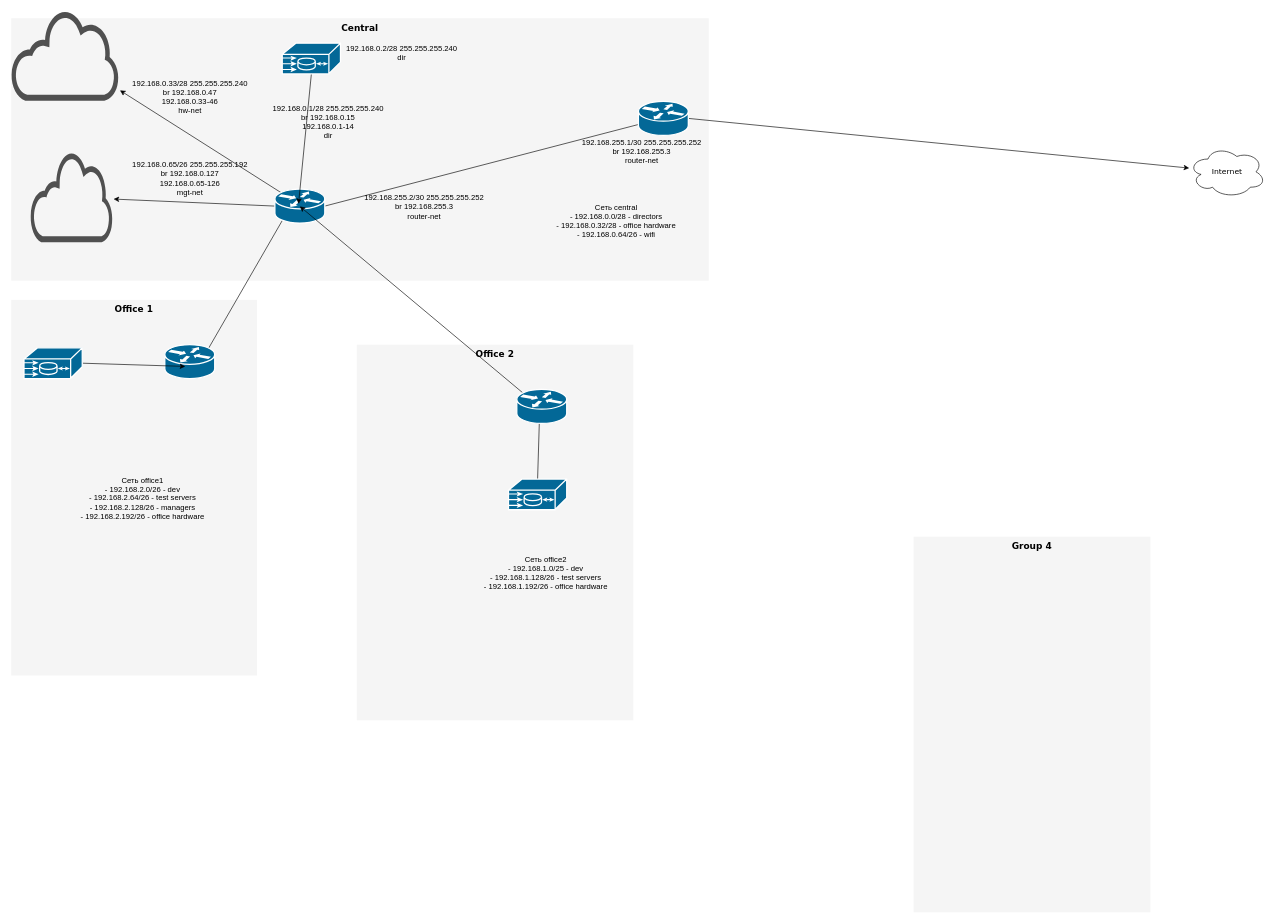
The draw.io diagram Dz19_network/Untitled Diagram.drawio in Swenum/otus, before the edit. Source tidied: cells renumbered, new cells numbered last; positions are measured from the earlier drawing's top-left corner, leaving out a move shared by most shapes. Both pictures are drawn from the tidied source at 64%, with x=0, y=0 at pixel (11, 10).
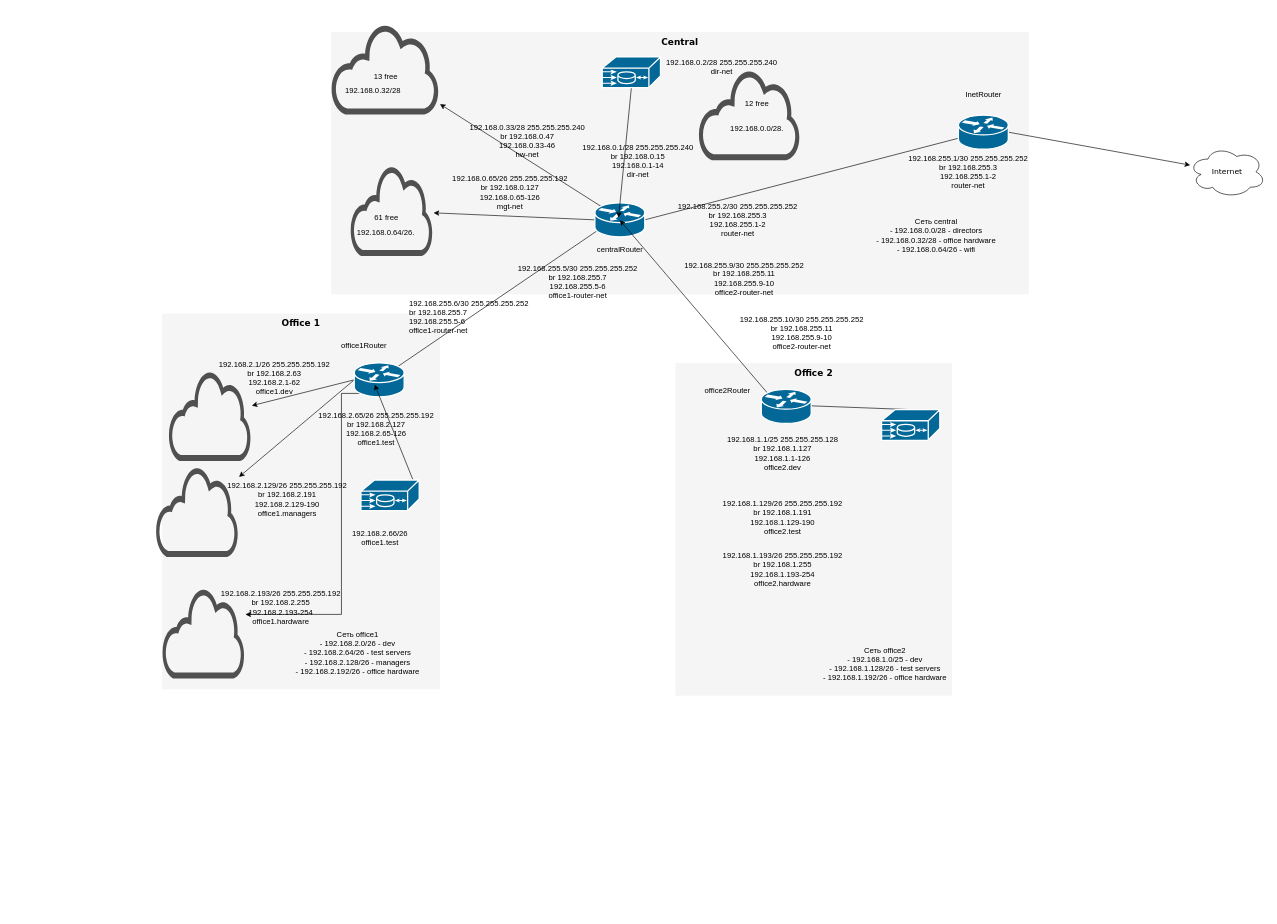
The same page after the edit.

Commit message (it also covers changes not shown here):
Dz 19 Only router setup

Diff of the diagram source:
```diff
@@
     <mxCell id="2" value="Central" style="whiteSpace=wrap;html=1;rounded=0;shadow=0;comic=0;strokeWidth=1;fontFamily=Verdana;fontSize=14;fillColor=#f5f5f5;strokeColor=none;verticalAlign=top;fontStyle=1;" parent="1" vertex="1">
-      <mxGeometry y="12" width="1090" height="410" as="geometry" />
+      <mxGeometry x="500" y="33.5" width="1090" height="410" as="geometry" />
     </mxCell>
-    <mxCell id="3" value="Group 4" style="whiteSpace=wrap;html=1;rounded=0;shadow=0;comic=0;strokeWidth=1;fontFamily=Verdana;fontSize=14;fillColor=#f5f5f5;strokeColor=none;fontStyle=1;verticalAlign=top;" parent="1" vertex="1">
-      <mxGeometry x="1410" y="822" width="370" height="587" as="geometry" />
-    </mxCell>
     <mxCell id="4" value="Office 2" style="whiteSpace=wrap;html=1;rounded=0;shadow=0;comic=0;strokeWidth=1;fontFamily=Verdana;fontSize=14;fillColor=#f5f5f5;strokeColor=none;fontStyle=1;verticalAlign=top;" parent="1" vertex="1">
-      <mxGeometry x="540" y="522" width="432" height="587" as="geometry" />
+      <mxGeometry x="1038" y="550.5" width="432" height="520" as="geometry" />
     </mxCell>
     <mxCell id="5" value="Office 1 " style="whiteSpace=wrap;html=1;rounded=0;shadow=0;comic=0;strokeWidth=1;fontFamily=Verdana;fontSize=14;fillColor=#f5f5f5;strokeColor=none;fontStyle=1;verticalAlign=top;" parent="1" vertex="1">
-      <mxGeometry y="452" width="384" height="587" as="geometry" />
+      <mxGeometry x="236" y="473.5" width="434" height="587" as="geometry" />
     </mxCell>
@@
     <mxCell id="8" style="shape=mxgraph.cisco.misc.me1100;html=1;dashed=0;fillColor=#036897;strokeColor=#ffffff;strokeWidth=2;verticalLabelPosition=bottom;verticalAlign=top;rounded=0;shadow=0;comic=0;fontFamily=Verdana;fontSize=12;" parent="1" vertex="1">
-      <mxGeometry x="777" y="732" width="91" height="48" as="geometry" />
+      <mxGeometry x="1360" y="623.5" width="91" height="48" as="geometry" />
     </mxCell>
@@
+    <mxCell id="36" style="edgeStyle=none;rounded=0;jettySize=auto;html=1;exitX=0;exitY=0.5;exitDx=0;exitDy=0;exitPerimeter=0;" parent="1" edge="1" source="10" target="60">
+      <mxGeometry relative="1" as="geometry" />
+    </mxCell>
+    <mxCell id="37" style="edgeStyle=none;rounded=0;jettySize=auto;html=1;exitX=0;exitY=0.5;exitDx=0;exitDy=0;exitPerimeter=0;" parent="1" edge="1" source="10" target="61">
+      <mxGeometry relative="1" as="geometry" />
+    </mxCell>
+    <mxCell id="38" style="edgeStyle=orthogonalEdgeStyle;rounded=0;jettySize=auto;html=1;exitX=0.12;exitY=0.9;exitDx=0;exitDy=0;exitPerimeter=0;" parent="1" edge="1" source="10" target="62">
+      <mxGeometry relative="1" as="geometry">
+        <Array as="points">
+          <mxPoint x="516" y="598.5" />
+          <mxPoint x="516" y="943.5" />
+        </Array>
+      </mxGeometry>
+    </mxCell>
     <mxCell id="10" style="shape=mxgraph.cisco.routers.router;html=1;dashed=0;fillColor=#036897;strokeColor=#ffffff;strokeWidth=2;verticalLabelPosition=bottom;verticalAlign=top;rounded=0;shadow=0;comic=0;fontFamily=Verdana;fontSize=12;" parent="1" vertex="1">
-      <mxGeometry x="240" y="522" width="78" height="53" as="geometry" />
+      <mxGeometry x="536" y="550.5" width="78" height="53" as="geometry" />
     </mxCell>
@@
     <mxCell id="14" style="shape=mxgraph.cisco.routers.router;html=1;dashed=0;fillColor=#036897;strokeColor=#ffffff;strokeWidth=2;verticalLabelPosition=bottom;verticalAlign=top;rounded=0;shadow=0;comic=0;fontFamily=Verdana;fontSize=12;" parent="1" vertex="1">
-      <mxGeometry x="412" y="279" width="78" height="53" as="geometry" />
+      <mxGeometry x="912" y="300.5" width="78" height="53" as="geometry" />
     </mxCell>
@@
     <mxCell id="16" style="shape=mxgraph.cisco.routers.router;html=1;dashed=0;fillColor=#036897;strokeColor=#ffffff;strokeWidth=2;verticalLabelPosition=bottom;verticalAlign=top;rounded=0;shadow=0;comic=0;fontFamily=Verdana;fontSize=12;" parent="1" vertex="1">
-      <mxGeometry x="980" y="142" width="78" height="53" as="geometry" />
+      <mxGeometry x="1480" y="163.5" width="78" height="53" as="geometry" />
     </mxCell>
@@
     <mxCell id="20" style="shape=mxgraph.cisco.routers.router;html=1;dashed=0;fillColor=#036897;strokeColor=#ffffff;strokeWidth=2;verticalLabelPosition=bottom;verticalAlign=top;rounded=0;shadow=0;comic=0;fontFamily=Verdana;fontSize=12;" parent="1" vertex="1">
-      <mxGeometry x="790" y="592" width="78" height="53" as="geometry" />
+      <mxGeometry x="1172" y="592" width="78" height="53" as="geometry" />
     </mxCell>
@@
     <mxCell id="22" style="shape=mxgraph.cisco.misc.me1100;html=1;dashed=0;fillColor=#036897;strokeColor=#ffffff;strokeWidth=2;verticalLabelPosition=bottom;verticalAlign=top;rounded=0;shadow=0;comic=0;fontFamily=Verdana;fontSize=12;" parent="1" vertex="1">
-      <mxGeometry x="20" y="527" width="91" height="48" as="geometry" />
+      <mxGeometry x="546.5" y="733.5" width="91" height="48" as="geometry" />
     </mxCell>
@@
     <mxCell id="24" style="shape=mxgraph.cisco.misc.me1100;html=1;dashed=0;fillColor=#036897;strokeColor=#ffffff;strokeWidth=2;verticalLabelPosition=bottom;verticalAlign=top;rounded=0;shadow=0;comic=0;fontFamily=Verdana;fontSize=12;" parent="1" vertex="1">
-      <mxGeometry x="423.5" y="51" width="91" height="48" as="geometry" />
+      <mxGeometry x="923.5" y="72.5" width="91" height="48" as="geometry" />
     </mxCell>
     <mxCell id="25" value="&lt;br&gt;Сеть central&lt;br&gt;- 192.168.0.0/28    - directors&lt;br&gt;- 192.168.0.32/28  - office hardware&lt;br&gt;- 192.168.0.64/26  - wifi" style="text;html=1;align=center;verticalAlign=middle;fillColor=none;strokeColor=none;rounded=0;" parent="1" vertex="1">
-      <mxGeometry x="840" y="282" width="210" height="80" as="geometry" />
+      <mxGeometry x="1340" y="303.5" width="210" height="80" as="geometry" />
     </mxCell>
     <mxCell id="26" value="&lt;br&gt;Сеть office2&lt;br&gt;- 192.168.1.0/25      - dev&lt;br&gt;- 192.168.1.128/26  - test servers&lt;br&gt;- 192.168.1.192/26  - office hardware" style="text;html=1;align=center;verticalAlign=middle;fillColor=none;strokeColor=none;rounded=0;" parent="1" vertex="1">
-      <mxGeometry x="730" y="832" width="210" height="80" as="geometry" />
+      <mxGeometry x="1260" y="973.5" width="210" height="80" as="geometry" />
     </mxCell>
     <mxCell id="27" value="Сеть office1&lt;br&gt;- 192.168.2.0/26      - dev&lt;br&gt;- 192.168.2.64/26    - test servers&lt;br&gt;- 192.168.2.128/26  - managers&lt;br&gt;- 192.168.2.192/26  - office hardware" style="text;html=1;align=center;verticalAlign=middle;fillColor=none;strokeColor=none;rounded=0;" parent="1" vertex="1">
-      <mxGeometry x="100" y="722" width="210" height="80" as="geometry" />
+      <mxGeometry x="436" y="963.5" width="210" height="80" as="geometry" />
     </mxCell>
-    <mxCell id="28" value="&lt;div&gt;192.168.255.1/30 255.255.255.252&lt;/div&gt;&lt;div&gt;br 192.168.255.3&lt;br&gt;&lt;/div&gt;&lt;div&gt;router-net&lt;br&gt; &lt;/div&gt;" style="text;html=1;align=center;verticalAlign=middle;fillColor=none;strokeColor=none;rounded=0;" parent="1" vertex="1">
-      <mxGeometry x="880" y="195" width="210" height="50" as="geometry" />
+    <mxCell id="28" value="&lt;div&gt;192.168.255.1/30 255.255.255.252&lt;/div&gt;&lt;div&gt;br 192.168.255.3&lt;/div&gt;&lt;div&gt;192.168.255.1-2&lt;br&gt;&lt;/div&gt;&lt;div&gt;router-net&lt;br&gt; &lt;/div&gt;" style="text;html=1;align=center;verticalAlign=middle;fillColor=none;strokeColor=none;rounded=0;" parent="1" vertex="1">
+      <mxGeometry x="1390" y="221.5" width="210" height="60" as="geometry" />
     </mxCell>
-    <mxCell id="29" value="&lt;div&gt;192.168.255.2/30 255.255.255.252&lt;/div&gt;&lt;div&gt;br 192.168.255.3&lt;br&gt;&lt;/div&gt;&lt;div&gt;router-net&lt;br&gt; &lt;/div&gt;" style="text;html=1;align=center;verticalAlign=middle;fillColor=none;strokeColor=none;rounded=0;" parent="1" vertex="1">
-      <mxGeometry x="540" y="282" width="210" height="50" as="geometry" />
+    <mxCell id="29" value="&lt;div&gt;192.168.255.2/30 255.255.255.252&lt;/div&gt;&lt;div&gt;br 192.168.255.3&lt;/div&gt;&lt;div&gt;192.168.255.1-2&lt;br&gt;&lt;/div&gt;&lt;div&gt;router-net&lt;br&gt; &lt;/div&gt;" style="text;html=1;align=center;verticalAlign=middle;fillColor=none;strokeColor=none;rounded=0;" parent="1" vertex="1">
+      <mxGeometry x="1030" y="297" width="210" height="60" as="geometry" />
     </mxCell>
-    <mxCell id="30" value="&lt;div&gt;192.168.0.1/28 255.255.255.240&lt;/div&gt;&lt;div&gt;br 192.168.0.15&lt;/div&gt;&lt;div&gt;192.168.0.1-14&lt;/div&gt;&lt;div&gt;dir&lt;br&gt;&lt;/div&gt;&lt;div&gt;&lt;br&gt; &lt;/div&gt;" style="text;html=1;align=center;verticalAlign=middle;fillColor=none;strokeColor=none;rounded=0;" parent="1" vertex="1">
-      <mxGeometry x="400" y="141" width="190" height="80" as="geometry" />
+    <mxCell id="30" value="&lt;div&gt;192.168.0.1/28 255.255.255.240&lt;/div&gt;&lt;div&gt;br 192.168.0.15&lt;/div&gt;&lt;div&gt;192.168.0.1-14&lt;/div&gt;&lt;div&gt;dir-net&lt;br&gt;&lt;/div&gt;&lt;div&gt;&lt;br&gt; &lt;/div&gt;" style="text;html=1;align=center;verticalAlign=middle;fillColor=none;strokeColor=none;rounded=0;" parent="1" vertex="1">
+      <mxGeometry x="884" y="201.5" width="190" height="80" as="geometry" />
     </mxCell>
     <mxCell id="31" value="&lt;div&gt;192.168.0.33/28 255.255.255.240&lt;/div&gt;&lt;div&gt;br 192.168.0.47&lt;/div&gt;&lt;div&gt;192.168.0.33-46&lt;br&gt;&lt;/div&gt;&lt;div&gt;hw-net&lt;br&gt; &lt;/div&gt;" style="text;html=1;align=center;verticalAlign=middle;fillColor=none;strokeColor=none;rounded=0;" parent="1" vertex="1">
-      <mxGeometry x="179" y="105" width="200" height="60" as="geometry" />
+      <mxGeometry x="706" y="173.5" width="200" height="60" as="geometry" />
     </mxCell>
-    <mxCell id="32" value="&lt;div&gt;192.168.0.2/28 255.255.255.240&lt;br&gt;&lt;/div&gt;&lt;div&gt;dir&lt;br&gt;&lt;/div&gt;" style="text;html=1;align=center;verticalAlign=middle;fillColor=none;strokeColor=none;rounded=0;" parent="1" vertex="1">
-      <mxGeometry x="514.5" y="51" width="190" height="30" as="geometry" />
+    <mxCell id="32" value="&lt;div&gt;192.168.0.2/28 255.255.255.240&lt;br&gt;&lt;/div&gt;&lt;div&gt;dir-net&lt;br&gt;&lt;/div&gt;" style="text;html=1;align=center;verticalAlign=middle;fillColor=none;strokeColor=none;rounded=0;" parent="1" vertex="1">
+      <mxGeometry x="1014.5" y="72.5" width="190" height="30" as="geometry" />
     </mxCell>
     <mxCell id="33" style="shadow=0;dashed=0;html=1;strokeColor=none;fillColor=#505050;labelPosition=center;verticalLabelPosition=bottom;outlineConnect=0;verticalAlign=top;align=center;shape=mxgraph.office.clouds.cloud;" parent="1" vertex="1">
-      <mxGeometry y="0.5" width="170" height="140.5" as="geometry" />
+      <mxGeometry x="500" y="22" width="170" height="140.5" as="geometry" />
     </mxCell>
     <mxCell id="34" style="shadow=0;dashed=0;html=1;strokeColor=none;fillColor=#505050;labelPosition=center;verticalLabelPosition=bottom;outlineConnect=0;verticalAlign=top;align=center;shape=mxgraph.office.clouds.cloud;" parent="1" vertex="1">
-      <mxGeometry x="30" y="221.5" width="130" height="140.5" as="geometry" />
+      <mxGeometry x="530" y="243" width="130" height="140.5" as="geometry" />
     </mxCell>
     <mxCell id="35" value="&lt;div&gt;192.168.0.65/26 255.255.255.192&lt;/div&gt;&lt;div&gt;br 192.168.0.127&lt;/div&gt;&lt;div&gt;192.168.0.65-126&lt;br&gt;&lt;/div&gt;&lt;div&gt;mgt-net&lt;br&gt; &lt;/div&gt;" style="text;html=1;align=center;verticalAlign=middle;fillColor=none;strokeColor=none;rounded=0;" parent="1" vertex="1">
-      <mxGeometry x="179" y="232" width="200" height="60" as="geometry" />
+      <mxGeometry x="679" y="253.5" width="200" height="60" as="geometry" />
     </mxCell>
+    <mxCell id="39" value="InetRouter" style="text;html=1;align=center;verticalAlign=middle;fillColor=none;strokeColor=none;rounded=0;" parent="1" vertex="1">
+      <mxGeometry x="1484" y="120.5" width="70" height="20" as="geometry" />
+    </mxCell>
+    <mxCell id="40" value="centralRouter" style="text;html=1;align=center;verticalAlign=middle;fillColor=none;strokeColor=none;rounded=0;" parent="1" vertex="1">
+      <mxGeometry x="906" y="363.5" width="90" height="20" as="geometry" />
+    </mxCell>
+    <mxCell id="41" value="office2Router" style="text;html=1;align=center;verticalAlign=middle;fillColor=none;strokeColor=none;rounded=0;" parent="1" vertex="1">
+      <mxGeometry x="1074" y="583.5" width="90" height="20" as="geometry" />
+    </mxCell>
+    <mxCell id="42" value="office1Router" style="text;html=1;align=center;verticalAlign=middle;fillColor=none;strokeColor=none;rounded=0;" parent="1" vertex="1">
+      <mxGeometry x="506" y="513.5" width="90" height="20" as="geometry" />
+    </mxCell>
+    <mxCell id="43" value="&lt;div&gt;192.168.255.5/30 255.255.255.252&lt;/div&gt;&lt;div&gt;br 192.168.255.7&lt;/div&gt;&lt;div&gt;192.168.255.5-6&lt;br&gt;&lt;/div&gt;&lt;div&gt;office1-router-net&lt;br&gt; &lt;/div&gt;" style="text;html=1;align=center;verticalAlign=middle;fillColor=none;strokeColor=none;rounded=0;" parent="1" vertex="1">
+      <mxGeometry x="780" y="393.5" width="210" height="60" as="geometry" />
+    </mxCell>
+    <mxCell id="44" value="&lt;div&gt;192.168.255.9/30 255.255.255.252&lt;/div&gt;&lt;div&gt;br 192.168.255.11&lt;/div&gt;&lt;div&gt;192.168.255.9-10&lt;br&gt;&lt;/div&gt;&lt;div&gt;office2-router-net&lt;br&gt; &lt;/div&gt;" style="text;html=1;align=center;verticalAlign=middle;fillColor=none;strokeColor=none;rounded=0;" parent="1" vertex="1">
+      <mxGeometry x="1040" y="388.5" width="210" height="60" as="geometry" />
+    </mxCell>
+    <mxCell id="45" value="&lt;div&gt;192.168.255.6/30 255.255.255.252&lt;/div&gt;&lt;div&gt;br 192.168.255.7&lt;/div&gt;&lt;div&gt;192.168.255.5-6&lt;br&gt;&lt;/div&gt;&lt;div&gt;office1-router-net&lt;br&gt; &lt;/div&gt;" style="text;whiteSpace=wrap;html=1;" parent="1" vertex="1">
+      <mxGeometry x="620" y="443.5" width="220" height="70" as="geometry" />
+    </mxCell>
+    <mxCell id="46" value="&lt;div&gt;192.168.255.10/30 255.255.255.252&lt;/div&gt;&lt;div&gt;br 192.168.255.11&lt;/div&gt;&lt;div&gt;192.168.255.9-10&lt;br&gt;&lt;/div&gt;&lt;div&gt;office2-router-net&lt;br&gt; &lt;/div&gt;" style="text;html=1;align=center;verticalAlign=middle;fillColor=none;strokeColor=none;rounded=0;" parent="1" vertex="1">
+      <mxGeometry x="1130" y="473.5" width="210" height="60" as="geometry" />
+    </mxCell>
+    <mxCell id="47" style="edgeStyle=orthogonalEdgeStyle;rounded=0;orthogonalLoop=1;jettySize=auto;html=1;exitX=0.5;exitY=1;exitDx=0;exitDy=0;" parent="1" edge="1" source="4" target="4">
+      <mxGeometry relative="1" as="geometry" />
+    </mxCell>
+    <mxCell id="48" value="13 free" style="text;html=1;align=center;verticalAlign=middle;fillColor=none;strokeColor=none;rounded=0;" parent="1" vertex="1">
+      <mxGeometry x="560" y="93.5" width="50" height="20" as="geometry" />
+    </mxCell>
+    <mxCell id="49" value="61 free" style="text;html=1;align=center;verticalAlign=middle;fillColor=none;strokeColor=none;rounded=0;" parent="1" vertex="1">
+      <mxGeometry x="561" y="313.5" width="50" height="20" as="geometry" />
+    </mxCell>
+    <mxCell id="50" style="shadow=0;dashed=0;html=1;strokeColor=none;fillColor=#505050;labelPosition=center;verticalLabelPosition=bottom;verticalAlign=top;align=center;shape=mxgraph.office.clouds.cloud;" parent="1" vertex="1">
+      <mxGeometry x="1074" y="93.5" width="160" height="140.5" as="geometry" />
+    </mxCell>
+    <mxCell id="51" value="12 free" style="text;html=1;align=center;verticalAlign=middle;fillColor=none;strokeColor=none;rounded=0;" parent="1" vertex="1">
+      <mxGeometry x="1140" y="136.2" width="50" height="20" as="geometry" />
+    </mxCell>
+    <mxCell id="52" value="&lt;div&gt;192.168.2.1/26 255.255.255.192&lt;/div&gt;&lt;div&gt;br 192.168.2.63&lt;/div&gt;&lt;div&gt;192.168.2.1-62&lt;br&gt;&lt;/div&gt;&lt;div&gt;office1.dev&lt;br&gt; &lt;/div&gt;" style="text;html=1;align=center;verticalAlign=middle;fillColor=none;strokeColor=none;rounded=0;" parent="1" vertex="1">
+      <mxGeometry x="316" y="543.5" width="190" height="60" as="geometry" />
+    </mxCell>
+    <mxCell id="53" value="192.168.0.64/26." style="text;html=1;align=center;verticalAlign=middle;fillColor=none;strokeColor=none;rounded=0;" parent="1" vertex="1">
+      <mxGeometry x="530" y="337" width="110" height="20" as="geometry" />
+    </mxCell>
+    <mxCell id="54" value="192.168.0.32/28" style="text;whiteSpace=wrap;html=1;" parent="1" vertex="1">
+      <mxGeometry x="520" y="110.5" width="100" height="30" as="geometry" />
+    </mxCell>
+    <mxCell id="55" value="192.168.0.0/28." style="text;html=1;align=center;verticalAlign=middle;fillColor=none;strokeColor=none;rounded=0;" parent="1" vertex="1">
+      <mxGeometry x="1115" y="173.5" width="100" height="20" as="geometry" />
+    </mxCell>
+    <mxCell id="56" value="&lt;div&gt;192.168.2.65/26 255.255.255.192&lt;/div&gt;&lt;div&gt;br 192.168.2.127&lt;/div&gt;&lt;div&gt;192.168.2.65-126&lt;br&gt;&lt;/div&gt;&lt;div&gt;office1.test&lt;br&gt; &lt;/div&gt;" style="text;html=1;align=center;verticalAlign=middle;fillColor=none;strokeColor=none;rounded=0;" parent="1" vertex="1">
+      <mxGeometry x="470" y="623.5" width="200" height="60" as="geometry" />
+    </mxCell>
+    <mxCell id="57" value="&lt;div&gt;192.168.2.129/26 255.255.255.192&lt;/div&gt;&lt;div&gt;br 192.168.2.191&lt;/div&gt;&lt;div&gt;192.168.2.129-190&lt;br&gt;&lt;/div&gt;&lt;div&gt;office1.managers&lt;br&gt; &lt;/div&gt;" style="text;html=1;align=center;verticalAlign=middle;fillColor=none;strokeColor=none;rounded=0;" parent="1" vertex="1">
+      <mxGeometry x="326" y="733.5" width="210" height="60" as="geometry" />
+    </mxCell>
+    <mxCell id="58" value="&lt;div&gt;192.168.2.66/26 &lt;br&gt;&lt;/div&gt;&lt;div&gt;office1.test&lt;br&gt; &lt;/div&gt;" style="text;html=1;align=center;verticalAlign=middle;fillColor=none;strokeColor=none;rounded=0;" parent="1" vertex="1">
+      <mxGeometry x="526" y="808.5" width="100" height="30" as="geometry" />
+    </mxCell>
+    <mxCell id="59" value="&lt;div&gt;192.168.2.193/26 255.255.255.192&lt;/div&gt;&lt;div&gt;br 192.168.2.255&lt;/div&gt;&lt;div&gt;192.168.2.193-254&lt;br&gt;&lt;/div&gt;&lt;div&gt;office1.hardware&lt;br&gt; &lt;/div&gt;" style="text;html=1;align=center;verticalAlign=middle;fillColor=none;strokeColor=none;rounded=0;" parent="1" vertex="1">
+      <mxGeometry x="316" y="903" width="210" height="60" as="geometry" />
+    </mxCell>
+    <mxCell id="60" style="shadow=0;dashed=0;html=1;strokeColor=none;fillColor=#505050;labelPosition=center;verticalLabelPosition=bottom;outlineConnect=0;verticalAlign=top;align=center;shape=mxgraph.office.clouds.cloud;" parent="1" vertex="1">
+      <mxGeometry x="246" y="563.5" width="130" height="140.5" as="geometry" />
+    </mxCell>
+    <mxCell id="61" style="shadow=0;dashed=0;html=1;strokeColor=none;fillColor=#505050;labelPosition=center;verticalLabelPosition=bottom;outlineConnect=0;verticalAlign=top;align=center;shape=mxgraph.office.clouds.cloud;" parent="1" vertex="1">
+      <mxGeometry x="226" y="713.2" width="130" height="140.5" as="geometry" />
+    </mxCell>
+    <mxCell id="62" style="shadow=0;dashed=0;html=1;strokeColor=none;fillColor=#505050;labelPosition=center;verticalLabelPosition=bottom;outlineConnect=0;verticalAlign=top;align=center;shape=mxgraph.office.clouds.cloud;" parent="1" vertex="1">
+      <mxGeometry x="236" y="903" width="130" height="140.5" as="geometry" />
+    </mxCell>
+    <mxCell id="63" value="&lt;div&gt;192.168.1.1/25 255.255.255.128&lt;/div&gt;&lt;div&gt;br 192.168.1.127&lt;/div&gt;&lt;div&gt;192.168.1.1-126&lt;br&gt;&lt;/div&gt;&lt;div&gt;office2.dev&lt;br&gt; &lt;/div&gt;" style="text;html=1;align=center;verticalAlign=middle;fillColor=none;strokeColor=none;rounded=0;" parent="1" vertex="1">
+      <mxGeometry x="1110" y="662" width="190" height="60" as="geometry" />
+    </mxCell>
+    <mxCell id="64" value="&lt;div&gt;192.168.1.129/26 255.255.255.192&lt;/div&gt;&lt;div&gt;br 192.168.1.191&lt;/div&gt;&lt;div&gt;192.168.1.129-190&lt;br&gt;&lt;/div&gt;&lt;div&gt;office2.test&lt;br&gt; &lt;/div&gt;" style="text;html=1;align=center;verticalAlign=middle;fillColor=none;strokeColor=none;rounded=0;" parent="1" vertex="1">
+      <mxGeometry x="1100" y="762" width="210" height="60" as="geometry" />
+    </mxCell>
+    <mxCell id="65" value="&lt;div&gt;192.168.1.193/26 255.255.255.192&lt;/div&gt;&lt;div&gt;br 192.168.1.255&lt;/div&gt;&lt;div&gt;192.168.1.193-254&lt;br&gt;&lt;/div&gt;&lt;div&gt;office2.hardware&lt;br&gt; &lt;/div&gt;" style="text;html=1;align=center;verticalAlign=middle;fillColor=none;strokeColor=none;rounded=0;" parent="1" vertex="1">
+      <mxGeometry x="1100" y="843" width="210" height="60" as="geometry" />
+    </mxCell>
```
